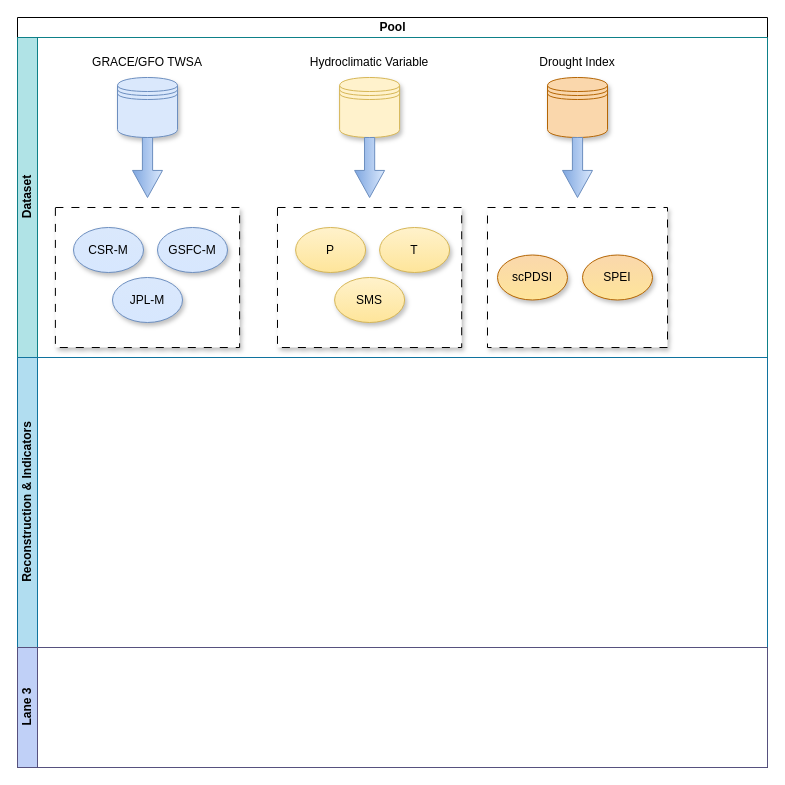
The draw.io diagram 未命名绘图.drawio in lesmorts/Notes, before the edit. Source tidied: cells renumbered, new cells numbered last; positions are measured from the earlier drawing's top-left corner, leaving out a move shared by most shapes. Both pictures are drawn from the tidied source at 100%, with x=0, y=0 at pixel (17, 17).
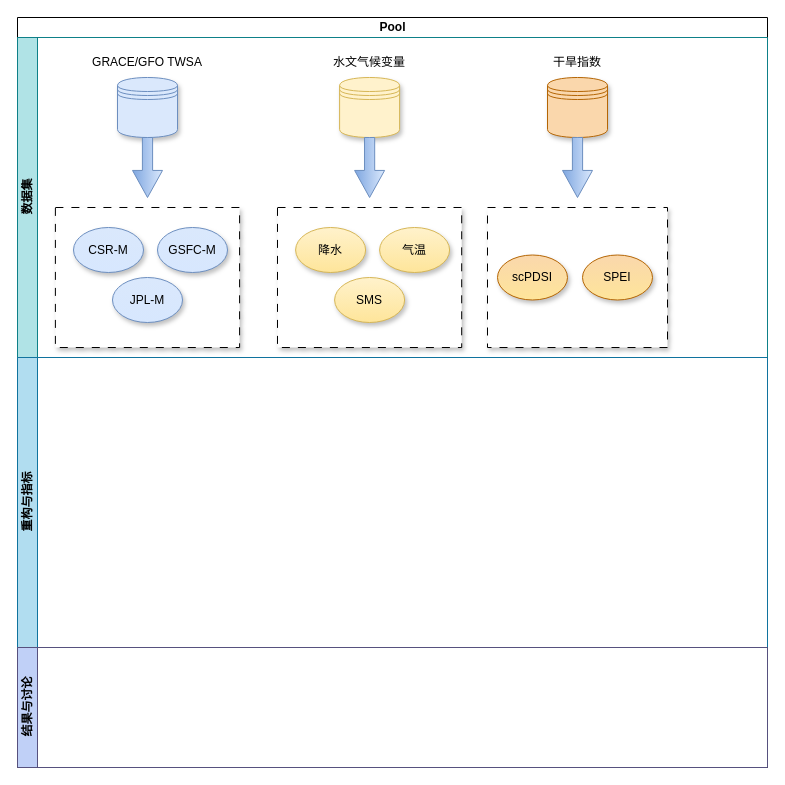
The same page after the edit.

Commit message (it also covers changes not shown here):
更新未命名绘图.drawio

The change refers to these unchanged cells:
```xml
<mxCell id="2" value="Pool" style="swimlane;horizontal=1;startSize=20;html=1;" parent="1" vertex="1">
  <mxGeometry width="750" height="750" as="geometry" />
</mxCell>
```

Diff of the diagram source:
```diff
@@
-    <mxCell id="3" value="Dataset" style="swimlane;startSize=20;horizontal=0;html=1;swimlaneFillColor=none;fillColor=#b0e3e6;strokeColor=#0e8088;" parent="2" vertex="1">
+    <mxCell id="3" value="数据集" style="swimlane;startSize=20;horizontal=0;html=1;swimlaneFillColor=none;fillColor=#b0e3e6;strokeColor=#0e8088;" parent="2" vertex="1">
       <mxGeometry y="20" width="750" height="320" as="geometry" />
     </mxCell>
@@
-    <mxCell id="7" value="Hydroclimatic Variable" style="text;html=1;align=center;verticalAlign=middle;whiteSpace=wrap;rounded=0;" parent="3" vertex="1">
+    <mxCell id="7" value="水文气候变量" style="text;html=1;align=center;verticalAlign=middle;whiteSpace=wrap;rounded=0;" parent="3" vertex="1">
       <mxGeometry x="274.1" y="10" width="156" height="30" as="geometry" />
     </mxCell>
@@
-    <mxCell id="9" value="Drought Index" style="text;html=1;align=center;verticalAlign=middle;whiteSpace=wrap;rounded=0;" parent="3" vertex="1">
+    <mxCell id="9" value="干旱指数" style="text;html=1;align=center;verticalAlign=middle;whiteSpace=wrap;rounded=0;" parent="3" vertex="1">
       <mxGeometry x="515" y="10" width="90" height="30" as="geometry" />
     </mxCell>
@@
-    <mxCell id="18" value="P" style="ellipse;whiteSpace=wrap;html=1;fillColor=#fff2cc;gradientColor=#fee59a;strokeColor=#d6b656;align=center;verticalAlign=middle;fontFamily=Helvetica;fontSize=12;shadow=1;fontColor=default;" parent="3" vertex="1">
+    <mxCell id="18" value="降水" style="ellipse;whiteSpace=wrap;html=1;fillColor=#fff2cc;gradientColor=#fee59a;strokeColor=#d6b656;align=center;verticalAlign=middle;fontFamily=Helvetica;fontSize=12;shadow=1;fontColor=default;" parent="3" vertex="1">
       <mxGeometry x="278.1" y="190" width="70" height="45" as="geometry" />
     </mxCell>
-    <mxCell id="19" value="T" style="ellipse;whiteSpace=wrap;html=1;fillColor=#fff2cc;gradientColor=#fee59a;strokeColor=#d6b656;shadow=1;align=center;verticalAlign=middle;fontFamily=Helvetica;fontSize=12;fontColor=default;" parent="3" vertex="1">
+    <mxCell id="19" value="气温" style="ellipse;whiteSpace=wrap;html=1;fillColor=#fff2cc;gradientColor=#fee59a;strokeColor=#d6b656;shadow=1;align=center;verticalAlign=middle;fontFamily=Helvetica;fontSize=12;fontColor=default;" parent="3" vertex="1">
       <mxGeometry x="362.1" y="190" width="70" height="45" as="geometry" />
     </mxCell>
@@
-    <mxCell id="24" value="Reconstruction &amp;amp; Indicators" style="swimlane;startSize=20;horizontal=0;html=1;swimlaneFillColor=none;fillColor=#b1ddf0;strokeColor=#10739e;" parent="2" vertex="1">
+    <mxCell id="24" value="重构与指标" style="swimlane;startSize=20;horizontal=0;html=1;swimlaneFillColor=none;fillColor=#b1ddf0;strokeColor=#10739e;" parent="2" vertex="1">
       <mxGeometry y="340" width="750" height="290" as="geometry" />
     </mxCell>
-    <mxCell id="25" value="Lane 3" style="swimlane;startSize=20;horizontal=0;html=1;fillColor=#c0d0f7;strokeColor=#56517e;" parent="2" vertex="1">
+    <mxCell id="25" value="结果与讨论" style="swimlane;startSize=20;horizontal=0;html=1;fillColor=#c0d0f7;strokeColor=#56517e;" parent="2" vertex="1">
       <mxGeometry y="630" width="750" height="120" as="geometry" />
     </mxCell>
```
